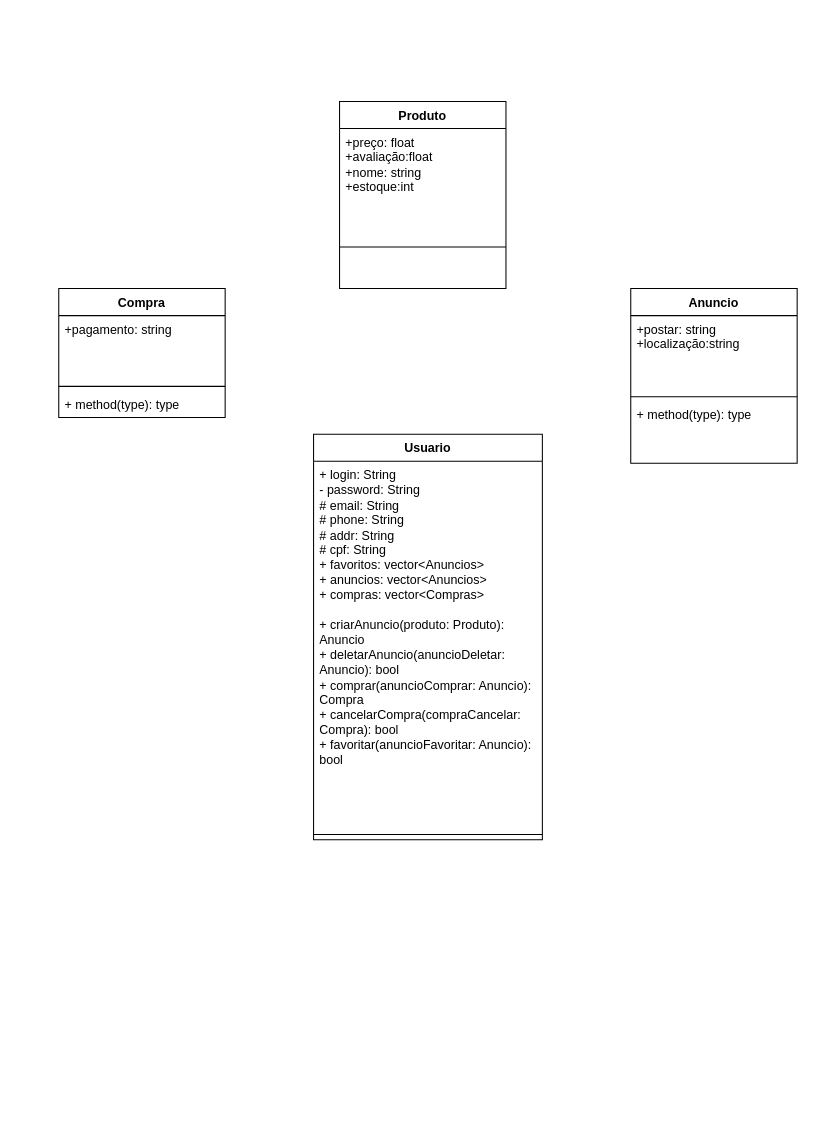
Above: Diagrama sem nome.drawio in NatanMB132/UML-6 (draw.io), before the change. Source tidied: cells renumbered, new cells numbered last; positions are measured from the earlier drawing's top-left corner, leaving out a move shared by most shapes. Both pictures are drawn from the tidied source at 104%, with x=0, y=0 at pixel (58, 101).
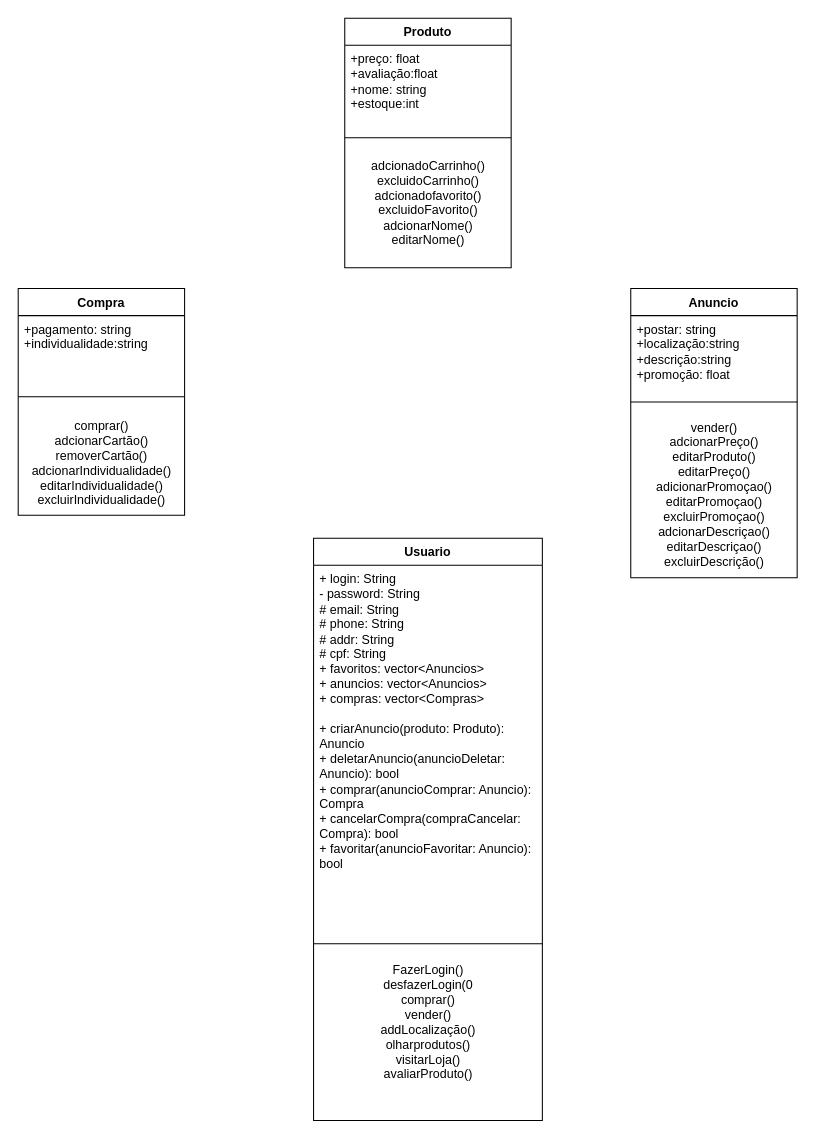
The same diagram, later.

Change to the diagram source:
```diff
@@
 <mxGraphModel>
   <root>
     <mxCell id="0" />
     <mxCell id="1" parent="0" />
     <mxCell id="2" value="Usuario" style="swimlane;fontStyle=1;align=center;verticalAlign=top;horizontal=1;startSize=26;whiteSpace=wrap;html=1;" parent="1" vertex="1">
-      <mxGeometry x="245" y="320" width="220" height="390" as="geometry" />
+      <mxGeometry x="245" y="420" width="220" height="560" as="geometry" />
     </mxCell>
     <mxCell id="3" value="+ login: String&lt;div&gt;- password: String&lt;/div&gt;&lt;div&gt;# email: String&lt;/div&gt;&lt;div&gt;# phone: String&lt;/div&gt;&lt;div&gt;# addr: String&lt;/div&gt;&lt;div&gt;# cpf: String&lt;/div&gt;&lt;div&gt;+ favoritos: vector&amp;lt;Anuncios&amp;gt;&lt;/div&gt;&lt;div&gt;+ anuncios: vector&amp;lt;Anuncios&amp;gt;&lt;/div&gt;&lt;div&gt;+ compras: vector&amp;lt;Compras&amp;gt;&lt;/div&gt;" style="text;strokeColor=none;fillColor=none;align=left;verticalAlign=top;spacingLeft=4;spacingRight=4;overflow=hidden;whiteSpace=wrap;html=1;" parent="2" vertex="1">
       <mxGeometry y="26" width="220" height="144" as="geometry" />
     </mxCell>
     <mxCell id="4" value="+ criarAnuncio(produto: Produto): Anuncio&lt;div&gt;+ deletarAnuncio(anuncioDeletar: Anuncio): bool&lt;/div&gt;&lt;div&gt;+ comprar(anuncioComprar: Anuncio): Compra&lt;/div&gt;&lt;div&gt;+ cancelarCompra(compraCancelar: Compra): bool&lt;/div&gt;&lt;div&gt;+ favoritar(anuncioFavoritar: Anuncio): bool&lt;/div&gt;" style="text;strokeColor=none;fillColor=none;align=left;verticalAlign=top;spacingLeft=4;spacingRight=4;overflow=hidden;whiteSpace=wrap;html=1;" parent="2" vertex="1">
       <mxGeometry y="170" width="220" height="210" as="geometry" />
     </mxCell>
     <mxCell id="5" style="line;strokeWidth=1;fillColor=none;align=left;verticalAlign=middle;spacingTop=-1;spacingLeft=3;spacingRight=3;labelPosition=right;strokeColor=inherit;" parent="2" vertex="1">
-      <mxGeometry y="380" width="220" height="10" as="geometry" />
+      <mxGeometry y="380" width="220" height="20" as="geometry" />
     </mxCell>
+    <mxCell id="17" value="FazerLogin()&lt;div&gt;desfazerLogin(0&lt;/div&gt;&lt;div&gt;comprar()&lt;/div&gt;&lt;div&gt;vender()&lt;/div&gt;&lt;div&gt;addLocalização()&lt;/div&gt;&lt;div&gt;olharprodutos()&lt;/div&gt;&lt;div&gt;visitarLoja()&lt;/div&gt;&lt;div&gt;avaliarProduto()&lt;/div&gt;&lt;div&gt;&lt;br&gt;&lt;/div&gt;&lt;div&gt;&lt;br&gt;&lt;/div&gt;" style="text;html=1;align=center;verticalAlign=middle;strokeColor=none;fillColor=none;" parent="2" vertex="1">
+      <mxGeometry y="400" width="220" height="160" as="geometry" />
+    </mxCell>
     <mxCell id="6" value="Anuncio" style="swimlane;fontStyle=1;align=center;verticalAlign=top;horizontal=1;startSize=26;whiteSpace=wrap;html=1;" parent="1" vertex="1">
-      <mxGeometry x="550" y="180" width="160" height="168" as="geometry" />
+      <mxGeometry x="550" y="180" width="160" height="278" as="geometry" />
     </mxCell>
-    <mxCell id="7" value="&lt;div&gt;&lt;div&gt;+postar: string&lt;/div&gt;&lt;/div&gt;&lt;div&gt;+localização:string&lt;/div&gt;&lt;div&gt;&lt;br&gt;&lt;/div&gt;" style="text;strokeColor=none;fillColor=none;align=left;verticalAlign=top;spacingLeft=4;spacingRight=4;overflow=hidden;whiteSpace=wrap;html=1;" parent="6" vertex="1">
+    <mxCell id="7" value="&lt;div&gt;&lt;div&gt;+postar: string&lt;/div&gt;&lt;/div&gt;&lt;div&gt;+localização:string&lt;/div&gt;&lt;div&gt;+descrição:string&lt;/div&gt;&lt;div&gt;+promoção: float&lt;/div&gt;" style="text;strokeColor=none;fillColor=none;align=left;verticalAlign=top;spacingLeft=4;spacingRight=4;overflow=hidden;whiteSpace=wrap;html=1;" parent="6" vertex="1">
       <mxGeometry y="26" width="160" height="74" as="geometry" />
     </mxCell>
     <mxCell id="8" style="line;strokeWidth=1;fillColor=none;align=left;verticalAlign=middle;spacingTop=-1;spacingLeft=3;spacingRight=3;labelPosition=right;strokeColor=inherit;" parent="6" vertex="1">
-      <mxGeometry y="100" width="160" height="8" as="geometry" />
+      <mxGeometry y="100" width="160" height="18" as="geometry" />
     </mxCell>
-    <mxCell id="9" value="+ method(type): type" style="text;strokeColor=none;fillColor=none;align=left;verticalAlign=top;spacingLeft=4;spacingRight=4;overflow=hidden;whiteSpace=wrap;html=1;" parent="6" vertex="1">
-      <mxGeometry y="108" width="160" height="60" as="geometry" />
-    </mxCell>
+    <mxCell id="18" value="vender()&lt;div&gt;adcionarPreço()&lt;/div&gt;&lt;div&gt;editarProduto()&lt;/div&gt;&lt;div&gt;editarPreço()&lt;/div&gt;&lt;div&gt;adicionarPromoçao()&lt;/div&gt;&lt;div&gt;editarPromoçao()&lt;/div&gt;&lt;div&gt;excluirPromoçao()&lt;/div&gt;&lt;div&gt;adcionarDescriçao()&lt;/div&gt;&lt;div&gt;editarDescriçao()&lt;/div&gt;&lt;div&gt;excluirDescrição()&lt;/div&gt;" style="text;html=1;align=center;verticalAlign=middle;strokeColor=none;fillColor=none;" parent="6" vertex="1">
+      <mxGeometry y="118" width="160" height="160" as="geometry" />
+    </mxCell>
     <mxCell id="10" value="Compra" style="swimlane;fontStyle=1;align=center;verticalAlign=top;horizontal=1;startSize=26;whiteSpace=wrap;html=1;" parent="1" vertex="1">
-      <mxGeometry y="180" width="160" height="124" as="geometry" />
+      <mxGeometry x="-39" y="180" width="160" height="218" as="geometry" />
     </mxCell>
-    <mxCell id="11" value="+pagamento: string&lt;div&gt;&lt;br&gt;&lt;/div&gt;" style="text;strokeColor=none;fillColor=none;align=left;verticalAlign=top;spacingLeft=4;spacingRight=4;overflow=hidden;whiteSpace=wrap;html=1;" parent="10" vertex="1">
+    <mxCell id="11" value="+pagamento: string&lt;div&gt;+individualidade:string&lt;/div&gt;" style="text;strokeColor=none;fillColor=none;align=left;verticalAlign=top;spacingLeft=4;spacingRight=4;overflow=hidden;whiteSpace=wrap;html=1;" parent="10" vertex="1">
       <mxGeometry y="26" width="160" height="64" as="geometry" />
     </mxCell>
     <mxCell id="12" style="line;strokeWidth=1;fillColor=none;align=left;verticalAlign=middle;spacingTop=-1;spacingLeft=3;spacingRight=3;labelPosition=right;strokeColor=inherit;" parent="10" vertex="1">
-      <mxGeometry y="90" width="160" height="8" as="geometry" />
+      <mxGeometry y="90" width="160" height="28" as="geometry" />
     </mxCell>
-    <mxCell id="13" value="+ method(type): type" style="text;strokeColor=none;fillColor=none;align=left;verticalAlign=top;spacingLeft=4;spacingRight=4;overflow=hidden;whiteSpace=wrap;html=1;" parent="10" vertex="1">
-      <mxGeometry y="98" width="160" height="26" as="geometry" />
-    </mxCell>
+    <mxCell id="19" value="comprar()&lt;div&gt;adcionarCartão()&lt;/div&gt;&lt;div&gt;removerCartão()&lt;/div&gt;&lt;div&gt;adcionarIndividualidade()&lt;/div&gt;&lt;div&gt;editarIndividualidade()&lt;/div&gt;&lt;div&gt;excluirIndividualidade()&lt;/div&gt;" style="text;html=1;align=center;verticalAlign=middle;strokeColor=none;fillColor=none;" parent="10" vertex="1">
+      <mxGeometry y="118" width="160" height="100" as="geometry" />
+    </mxCell>
     <mxCell id="14" value="Produto" style="swimlane;fontStyle=1;align=center;verticalAlign=top;horizontal=1;startSize=26;whiteSpace=wrap;html=1;" parent="1" vertex="1">
-      <mxGeometry x="270" width="160" height="180" as="geometry" />
+      <mxGeometry x="275" y="-80" width="160" height="240" as="geometry" />
     </mxCell>
     <mxCell id="15" value="&lt;div&gt;+preço: float&lt;/div&gt;&lt;div&gt;+avaliação:float&lt;/div&gt;&lt;div&gt;+nome: string&lt;/div&gt;&lt;div&gt;+estoque:int&lt;/div&gt;&lt;div&gt;&lt;br&gt;&lt;/div&gt;" style="text;strokeColor=none;fillColor=none;align=left;verticalAlign=top;spacingLeft=4;spacingRight=4;overflow=hidden;whiteSpace=wrap;html=1;" parent="14" vertex="1">
       <mxGeometry y="26" width="160" height="74" as="geometry" />
     </mxCell>
     <mxCell id="16" style="line;strokeWidth=1;fillColor=none;align=left;verticalAlign=middle;spacingTop=-1;spacingLeft=3;spacingRight=3;labelPosition=right;strokeColor=inherit;" parent="14" vertex="1">
-      <mxGeometry y="100" width="160" height="80" as="geometry" />
+      <mxGeometry y="100" width="160" height="30" as="geometry" />
     </mxCell>
+    <mxCell id="20" value="adcionadoCarrinho()&lt;div&gt;excluidoCarrinho()&lt;/div&gt;&lt;div&gt;adcionadofavorito()&lt;/div&gt;&lt;div&gt;excluidoFavorito()&lt;/div&gt;&lt;div&gt;adcionarNome()&lt;/div&gt;&lt;div&gt;editarNome()&lt;/div&gt;&lt;div&gt;&lt;br&gt;&lt;/div&gt;" style="text;html=1;align=center;verticalAlign=middle;strokeColor=none;fillColor=none;" parent="14" vertex="1">
+      <mxGeometry y="130" width="160" height="110" as="geometry" />
+    </mxCell>
   </root>
 </mxGraphModel>
```
